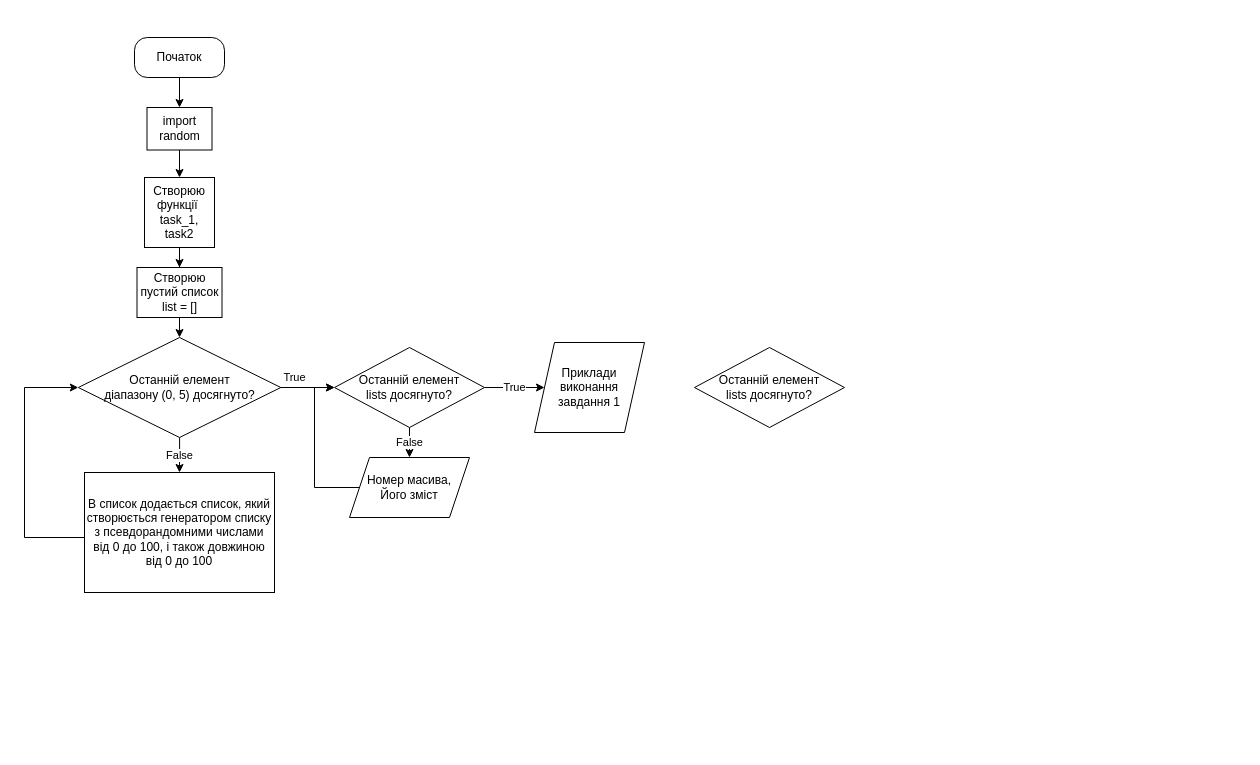
This is lab9.drawio from Adamarthis/labs, a draw.io file, before an edit. Source tidied: cells renumbered, new cells numbered last; positions are measured from the earlier drawing's top-left corner, leaving out a move shared by most shapes. Both pictures are drawn from the tidied source at 100%, with x=0, y=0 at pixel (24, 37).
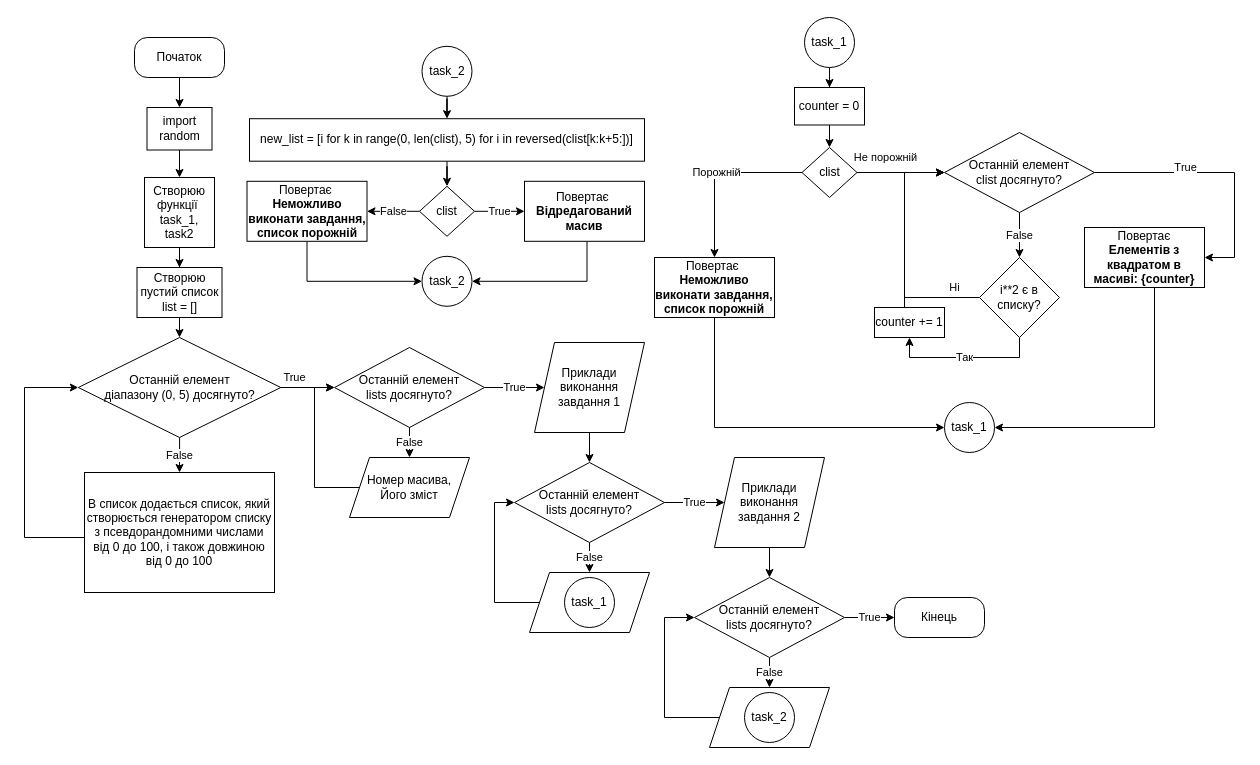
The same page after the edit.

Unchanged cells that the change refers to:
```xml
<mxCell id="21" value="Приклади виконання завдання 1" style="shape=parallelogram;perimeter=parallelogramPerimeter;whiteSpace=wrap;html=1;fixedSize=1;" parent="1" vertex="1">
  <mxGeometry x="510" y="305" width="110" height="90" as="geometry" />
</mxCell>
```

Diff of the diagram source:
```diff
@@
+    <mxCell id="22" value="False" style="edgeStyle=orthogonalEdgeStyle;rounded=0;jettySize=auto;html=1;entryX=0.5;entryY=0;entryDx=0;entryDy=0;" parent="1" edge="1" source="20" target="26">
+      <mxGeometry relative="1" as="geometry" />
+    </mxCell>
+    <mxCell id="23" value="True" style="edgeStyle=orthogonalEdgeStyle;rounded=0;jettySize=auto;html=1;entryX=0;entryY=0.5;entryDx=0;entryDy=0;" parent="1" edge="1" source="20" target="32">
+      <mxGeometry relative="1" as="geometry" />
+    </mxCell>
     <mxCell id="20" value="Останній елемент&lt;div&gt;lists досягнуто?&lt;/div&gt;" style="rhombus;whiteSpace=wrap;html=1;" parent="1" vertex="1">
-      <mxGeometry x="670" y="310" width="150" height="80" as="geometry" />
+      <mxGeometry x="490" y="425" width="150" height="80" as="geometry" />
     </mxCell>
+    <mxCell id="24" style="edgeStyle=orthogonalEdgeStyle;rounded=0;jettySize=auto;html=1;" parent="1" edge="1" source="21" target="20">
+      <mxGeometry relative="1" as="geometry" />
+    </mxCell>
@@
+    <mxCell id="25" style="edgeStyle=orthogonalEdgeStyle;rounded=0;jettySize=auto;html=1;" parent="1" edge="1" source="26">
+      <mxGeometry relative="1" as="geometry">
+        <mxPoint x="490" y="465" as="targetPoint" />
+        <Array as="points">
+          <mxPoint x="470" y="565" />
+          <mxPoint x="470" y="465" />
+        </Array>
+      </mxGeometry>
+    </mxCell>
+    <mxCell id="26" style="shape=parallelogram;perimeter=parallelogramPerimeter;whiteSpace=wrap;html=1;fixedSize=1;" parent="1" vertex="1">
+      <mxGeometry x="505" y="535" width="120" height="60" as="geometry" />
+    </mxCell>
+    <mxCell id="27" value="task_1" style="ellipse;whiteSpace=wrap;html=1;" parent="1" vertex="1">
+      <mxGeometry x="540" y="540" width="50" height="50" as="geometry" />
+    </mxCell>
+    <mxCell id="28" value="False" style="edgeStyle=orthogonalEdgeStyle;rounded=0;jettySize=auto;html=1;entryX=0.5;entryY=0;entryDx=0;entryDy=0;" parent="1" edge="1" source="30" target="34">
+      <mxGeometry relative="1" as="geometry" />
+    </mxCell>
+    <mxCell id="29" value="True" style="edgeStyle=orthogonalEdgeStyle;rounded=0;jettySize=auto;html=1;entryX=0;entryY=0.5;entryDx=0;entryDy=0;" parent="1" edge="1" source="30" target="36">
+      <mxGeometry relative="1" as="geometry" />
+    </mxCell>
+    <mxCell id="30" value="Останній елемент&lt;div&gt;lists досягнуто?&lt;/div&gt;" style="rhombus;whiteSpace=wrap;html=1;" parent="1" vertex="1">
+      <mxGeometry x="670" y="540" width="150" height="80" as="geometry" />
+    </mxCell>
+    <mxCell id="31" style="edgeStyle=orthogonalEdgeStyle;rounded=0;jettySize=auto;html=1;" parent="1" edge="1" source="32" target="30">
+      <mxGeometry relative="1" as="geometry" />
+    </mxCell>
+    <mxCell id="32" value="Приклади виконання завдання 2" style="shape=parallelogram;perimeter=parallelogramPerimeter;whiteSpace=wrap;html=1;fixedSize=1;" parent="1" vertex="1">
+      <mxGeometry x="690" y="420" width="110" height="90" as="geometry" />
+    </mxCell>
+    <mxCell id="33" style="edgeStyle=orthogonalEdgeStyle;rounded=0;jettySize=auto;html=1;entryX=0;entryY=0.5;entryDx=0;entryDy=0;" parent="1" edge="1" source="34" target="30">
+      <mxGeometry relative="1" as="geometry">
+        <Array as="points">
+          <mxPoint x="640" y="680" />
+          <mxPoint x="640" y="580" />
+        </Array>
+      </mxGeometry>
+    </mxCell>
+    <mxCell id="34" style="shape=parallelogram;perimeter=parallelogramPerimeter;whiteSpace=wrap;html=1;fixedSize=1;" parent="1" vertex="1">
+      <mxGeometry x="685" y="650" width="120" height="60" as="geometry" />
+    </mxCell>
+    <mxCell id="35" value="task_2" style="ellipse;whiteSpace=wrap;html=1;" parent="1" vertex="1">
+      <mxGeometry x="720" y="655" width="50" height="50" as="geometry" />
+    </mxCell>
+    <mxCell id="36" value="Кінець" style="rounded=1;whiteSpace=wrap;html=1;arcSize=32;" parent="1" vertex="1">
+      <mxGeometry x="870" y="560" width="90" height="40" as="geometry" />
+    </mxCell>
+    <mxCell id="37" style="edgeStyle=orthogonalEdgeStyle;rounded=0;jettySize=auto;html=1;" parent="1" edge="1" source="38" target="40">
+      <mxGeometry relative="1" as="geometry" />
+    </mxCell>
+    <mxCell id="38" value="task_1" style="ellipse;whiteSpace=wrap;html=1;" parent="1" vertex="1">
+      <mxGeometry x="780" y="-20" width="50" height="50" as="geometry" />
+    </mxCell>
+    <mxCell id="39" style="edgeStyle=orthogonalEdgeStyle;rounded=0;jettySize=auto;html=1;" parent="1" edge="1" source="40" target="43">
+      <mxGeometry relative="1" as="geometry" />
+    </mxCell>
+    <mxCell id="40" value="counter = 0" style="rounded=0;whiteSpace=wrap;html=1;" parent="1" vertex="1">
+      <mxGeometry x="770" y="50" width="70" height="37.5" as="geometry" />
+    </mxCell>
+    <mxCell id="41" value="Порожній" style="edgeStyle=orthogonalEdgeStyle;rounded=0;jettySize=auto;html=1;entryX=0.5;entryY=0;entryDx=0;entryDy=0;" parent="1" edge="1" source="43" target="46">
+      <mxGeometry relative="1" as="geometry" />
+    </mxCell>
+    <mxCell id="42" value="Не порожній" style="edgeStyle=orthogonalEdgeStyle;rounded=0;jettySize=auto;html=1;entryX=0;entryY=0.5;entryDx=0;entryDy=0;" parent="1" edge="1" source="43" target="51">
+      <mxGeometry x="-0.37" y="15" relative="1" as="geometry" />
+    </mxCell>
+    <mxCell id="43" value="clist" style="rhombus;whiteSpace=wrap;html=1;" parent="1" vertex="1">
+      <mxGeometry x="777.5" y="110" width="55" height="50" as="geometry" />
+    </mxCell>
+    <mxCell id="44" value="task_1" style="ellipse;whiteSpace=wrap;html=1;" parent="1" vertex="1">
+      <mxGeometry x="920" y="365" width="50" height="50" as="geometry" />
+    </mxCell>
+    <mxCell id="45" style="edgeStyle=orthogonalEdgeStyle;rounded=0;jettySize=auto;html=1;entryX=0;entryY=0.5;entryDx=0;entryDy=0;" parent="1" edge="1" source="46" target="44">
+      <mxGeometry relative="1" as="geometry">
+        <Array as="points">
+          <mxPoint x="690" y="390" />
+        </Array>
+      </mxGeometry>
+    </mxCell>
+    <mxCell id="46" value="Повертає&amp;nbsp;&lt;div&gt;&lt;b&gt;Неможливо виконати завдання, список порожній&lt;/b&gt;&lt;/div&gt;" style="rounded=0;whiteSpace=wrap;html=1;" parent="1" vertex="1">
+      <mxGeometry x="630" y="220" width="120" height="60" as="geometry" />
+    </mxCell>
+    <mxCell id="47" style="edgeStyle=orthogonalEdgeStyle;rounded=0;jettySize=auto;html=1;entryX=1;entryY=0.5;entryDx=0;entryDy=0;" parent="1" edge="1" source="48" target="44">
+      <mxGeometry relative="1" as="geometry">
+        <Array as="points">
+          <mxPoint x="1130" y="390" />
+        </Array>
+      </mxGeometry>
+    </mxCell>
+    <mxCell id="48" value="&lt;div&gt;Повертає&lt;/div&gt;&lt;b&gt;Елементів з квадратом в масиві: {counter}&lt;/b&gt;" style="rounded=0;whiteSpace=wrap;html=1;" parent="1" vertex="1">
+      <mxGeometry x="1060" y="190" width="120" height="60" as="geometry" />
+    </mxCell>
+    <mxCell id="49" value="False" style="edgeStyle=orthogonalEdgeStyle;rounded=0;jettySize=auto;html=1;" parent="1" edge="1" source="51" target="54">
+      <mxGeometry relative="1" as="geometry" />
+    </mxCell>
+    <mxCell id="50" value="Тrue" style="edgeStyle=orthogonalEdgeStyle;rounded=0;jettySize=auto;html=1;entryX=1;entryY=0.5;entryDx=0;entryDy=0;" parent="1" edge="1" source="51" target="48">
+      <mxGeometry x="-0.29" y="5" relative="1" as="geometry">
+        <Array as="points">
+          <mxPoint x="1210" y="135" />
+          <mxPoint x="1210" y="220" />
+        </Array>
+      </mxGeometry>
+    </mxCell>
+    <mxCell id="51" value="Останній елемент&lt;div&gt;clist досягнуто?&lt;/div&gt;" style="rhombus;whiteSpace=wrap;html=1;" parent="1" vertex="1">
+      <mxGeometry x="920" y="95" width="150" height="80" as="geometry" />
+    </mxCell>
+    <mxCell id="52" value="Ні" style="edgeStyle=orthogonalEdgeStyle;rounded=0;jettySize=auto;html=1;entryX=0;entryY=0.5;entryDx=0;entryDy=0;" parent="1" edge="1" source="54" target="51">
+      <mxGeometry x="-0.79" y="-10" relative="1" as="geometry">
+        <Array as="points">
+          <mxPoint x="880" y="260" />
+          <mxPoint x="880" y="135" />
+        </Array>
+      </mxGeometry>
+    </mxCell>
+    <mxCell id="53" value="Так" style="edgeStyle=orthogonalEdgeStyle;rounded=0;jettySize=auto;html=1;entryX=0.5;entryY=1;entryDx=0;entryDy=0;" parent="1" edge="1" source="54" target="56">
+      <mxGeometry relative="1" as="geometry">
+        <Array as="points">
+          <mxPoint x="995" y="320" />
+          <mxPoint x="885" y="320" />
+        </Array>
+      </mxGeometry>
+    </mxCell>
+    <mxCell id="54" value="i**2 є в списку?" style="rhombus;whiteSpace=wrap;html=1;" parent="1" vertex="1">
+      <mxGeometry x="955" y="220" width="80" height="80" as="geometry" />
+    </mxCell>
+    <mxCell id="55" style="edgeStyle=orthogonalEdgeStyle;rounded=0;jettySize=auto;html=1;entryX=0;entryY=0.5;entryDx=0;entryDy=0;" parent="1" edge="1" source="56" target="51">
+      <mxGeometry relative="1" as="geometry">
+        <Array as="points">
+          <mxPoint x="880" y="135" />
+        </Array>
+      </mxGeometry>
+    </mxCell>
+    <mxCell id="56" value="counter += 1" style="rounded=0;whiteSpace=wrap;html=1;" parent="1" vertex="1">
+      <mxGeometry x="850" y="270" width="70" height="30" as="geometry" />
+    </mxCell>
+    <mxCell id="57" style="edgeStyle=orthogonalEdgeStyle;rounded=0;jettySize=auto;html=1;" parent="1" edge="1" source="58" target="60">
+      <mxGeometry relative="1" as="geometry" />
+    </mxCell>
+    <mxCell id="58" value="task_2" style="ellipse;whiteSpace=wrap;html=1;" parent="1" vertex="1">
+      <mxGeometry x="397.5" y="8.8" width="50" height="50" as="geometry" />
+    </mxCell>
+    <mxCell id="59" style="edgeStyle=orthogonalEdgeStyle;rounded=0;jettySize=auto;html=1;entryX=0.5;entryY=0;entryDx=0;entryDy=0;" parent="1" edge="1" source="60" target="63">
+      <mxGeometry relative="1" as="geometry" />
+    </mxCell>
+    <mxCell id="60" value="new_list = [i for k in range(0, len(clist), 5) for i in reversed(clist[k:k+5:])]" style="rounded=0;whiteSpace=wrap;html=1;" parent="1" vertex="1">
+      <mxGeometry x="225" y="81.2" width="395" height="42.5" as="geometry" />
+    </mxCell>
+    <mxCell id="61" value="False" style="edgeStyle=orthogonalEdgeStyle;rounded=0;jettySize=auto;html=1;entryX=1;entryY=0.5;entryDx=0;entryDy=0;" parent="1" edge="1" source="63" target="65">
+      <mxGeometry relative="1" as="geometry" />
+    </mxCell>
+    <mxCell id="62" value="True" style="edgeStyle=orthogonalEdgeStyle;rounded=0;jettySize=auto;html=1;entryX=0;entryY=0.5;entryDx=0;entryDy=0;" parent="1" edge="1" source="63" target="67">
+      <mxGeometry relative="1" as="geometry" />
+    </mxCell>
+    <mxCell id="63" value="clist" style="rhombus;whiteSpace=wrap;html=1;" parent="1" vertex="1">
+      <mxGeometry x="395" y="148.8" width="55" height="50" as="geometry" />
+    </mxCell>
+    <mxCell id="64" style="edgeStyle=orthogonalEdgeStyle;rounded=0;jettySize=auto;html=1;entryX=0;entryY=0.5;entryDx=0;entryDy=0;" parent="1" edge="1" source="65" target="68">
+      <mxGeometry relative="1" as="geometry">
+        <Array as="points">
+          <mxPoint x="282.5" y="243.8" />
+        </Array>
+      </mxGeometry>
+    </mxCell>
+    <mxCell id="65" value="Повертає&amp;nbsp;&lt;div&gt;&lt;b&gt;Неможливо виконати завдання, список порожній&lt;/b&gt;&lt;/div&gt;" style="rounded=0;whiteSpace=wrap;html=1;" parent="1" vertex="1">
+      <mxGeometry x="222.5" y="143.8" width="120" height="60" as="geometry" />
+    </mxCell>
+    <mxCell id="66" style="edgeStyle=orthogonalEdgeStyle;rounded=0;jettySize=auto;html=1;entryX=1;entryY=0.5;entryDx=0;entryDy=0;" parent="1" edge="1" source="67" target="68">
+      <mxGeometry relative="1" as="geometry">
+        <Array as="points">
+          <mxPoint x="562.5" y="243.8" />
+        </Array>
+      </mxGeometry>
+    </mxCell>
+    <mxCell id="67" value="Повертає&amp;nbsp;&lt;div&gt;&lt;b&gt;Відредагований масив&lt;/b&gt;&lt;/div&gt;" style="rounded=0;whiteSpace=wrap;html=1;" parent="1" vertex="1">
+      <mxGeometry x="500" y="143.8" width="120" height="60" as="geometry" />
+    </mxCell>
+    <mxCell id="68" value="task_2" style="ellipse;whiteSpace=wrap;html=1;" parent="1" vertex="1">
+      <mxGeometry x="397.5" y="218.8" width="50" height="50" as="geometry" />
+    </mxCell>
```
